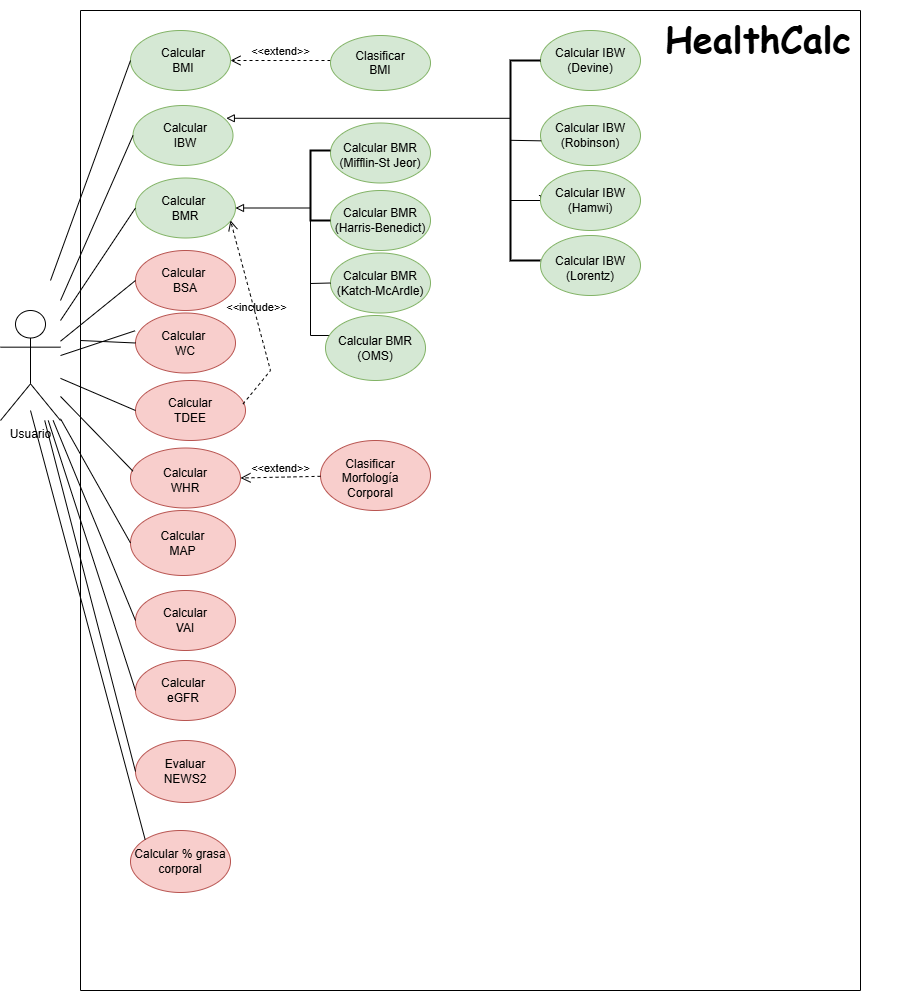
The draw.io diagram doc/diagrama_caso_uso.png in ISAgrupo02/healthcalcGrupo02, before a commit. Source tidied: cells renumbered, new cells last; positions are measured from the earlier drawing's top-left corner, leaving out a move shared by most shapes.
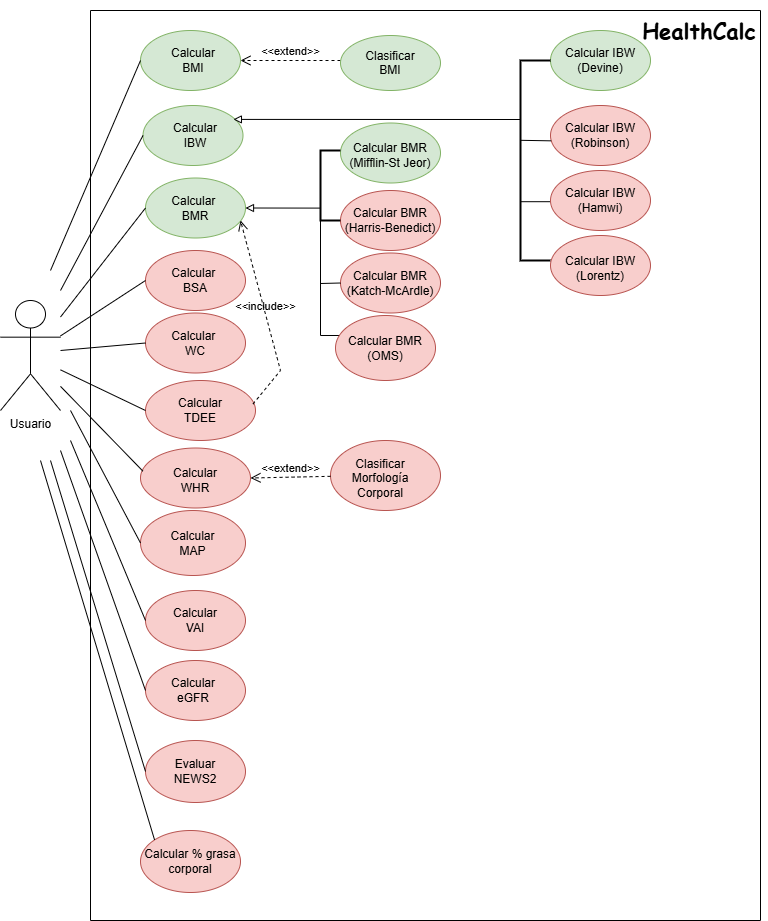
After the change.

Commit message:
docs[readme,diagrama]: actualizar README y diagrama de casos de uso Se actualiza la documentación de la práctica 2 incorporando los cambios en el diagrama de casos de uso y en el README.

The edit, as a diff of the source:
```diff
@@ -3,10 +3,10 @@
     <mxCell id="0" />
     <mxCell id="1" parent="0" />
     <mxCell id="2" value="Usuario" style="shape=umlActor;verticalLabelPosition=bottom;verticalAlign=top;html=1;outlineConnect=0;" parent="1" vertex="1">
-      <mxGeometry y="310" width="60" height="110" as="geometry" />
+      <mxGeometry x="-10" y="300" width="60" height="110" as="geometry" />
     </mxCell>
     <mxCell id="3" style="swimlane;startSize=0;" parent="1" vertex="1">
-      <mxGeometry x="80" y="10" width="780" height="980" as="geometry" />
+      <mxGeometry x="80" y="10" width="670" height="910" as="geometry" />
     </mxCell>
     <mxCell id="4" style="ellipse;whiteSpace=wrap;html=1;fillColor=#d5e8d4;strokeColor=#82b366;" parent="3" vertex="1">
       <mxGeometry x="50" y="20" width="100" height="60" as="geometry" />
@@ -110,16 +110,16 @@
         </Array>
       </mxGeometry>
     </mxCell>
-    <mxCell id="34" value="&lt;font style=&quot;font-size: 36px;&quot; face=&quot;Comic Sans MS&quot;&gt;HealthCalc&lt;/font&gt;" style="text;html=1;whiteSpace=wrap;strokeColor=none;fillColor=none;align=center;verticalAlign=middle;rounded=0;fontStyle=1;" parent="3" vertex="1">
-      <mxGeometry x="532.5" y="-10" width="290" height="75" as="geometry" />
+    <mxCell id="34" value="&lt;font style=&quot;font-size: 22px;&quot; face=&quot;Comic Sans MS&quot;&gt;HealthCalc&lt;/font&gt;" style="text;html=1;whiteSpace=wrap;strokeColor=none;fillColor=none;align=center;verticalAlign=middle;rounded=0;fontStyle=1;" parent="3" vertex="1">
+      <mxGeometry x="540" y="-10" width="137.5" height="60" as="geometry" />
     </mxCell>
-    <mxCell id="35" style="ellipse;whiteSpace=wrap;html=1;fillColor=#d5e8d4;strokeColor=#82b366;" parent="3" vertex="1">
+    <mxCell id="35" style="ellipse;whiteSpace=wrap;html=1;fillColor=#f8cecc;strokeColor=#b85450;" parent="3" vertex="1">
       <mxGeometry x="250" y="180" width="100" height="60" as="geometry" />
     </mxCell>
-    <mxCell id="36" style="ellipse;whiteSpace=wrap;html=1;fillColor=#d5e8d4;strokeColor=#82b366;" parent="3" vertex="1">
+    <mxCell id="36" style="ellipse;whiteSpace=wrap;html=1;fillColor=#f8cecc;strokeColor=#b85450;" parent="3" vertex="1">
       <mxGeometry x="245" y="305" width="100" height="65" as="geometry" />
     </mxCell>
-    <mxCell id="37" style="ellipse;whiteSpace=wrap;html=1;fillColor=#d5e8d4;strokeColor=#82b366;" parent="3" vertex="1">
+    <mxCell id="37" style="ellipse;whiteSpace=wrap;html=1;fillColor=#f8cecc;strokeColor=#b85450;" parent="3" vertex="1">
       <mxGeometry x="250" y="242.5" width="100" height="60" as="geometry" />
     </mxCell>
     <mxCell id="38" style="ellipse;whiteSpace=wrap;html=1;fillColor=#d5e8d4;strokeColor=#82b366;" parent="3" vertex="1">
@@ -146,17 +146,16 @@
     <mxCell id="44" style="strokeWidth=2;html=1;shape=mxgraph.flowchart.annotation_1;align=left;" parent="3" vertex="1">
       <mxGeometry x="230" y="140" width="20" height="70" as="geometry" />
     </mxCell>
-    <mxCell id="45" style="endArrow=block;html=1;rounded=0;endFill=0;edgeStyle=orthogonalEdgeStyle;entryX=0.933;entryY=0.213;entryDx=0;entryDy=0;entryPerimeter=0;exitX=0.948;exitY=0.675;exitDx=0;exitDy=0;exitPerimeter=0;" parent="3" edge="1" source="51" target="6">
+    <mxCell id="45" style="endArrow=block;html=1;rounded=0;endFill=0;edgeStyle=orthogonalEdgeStyle;entryX=0.933;entryY=0.213;entryDx=0;entryDy=0;entryPerimeter=0;exitX=1.06;exitY=0.706;exitDx=0;exitDy=0;exitPerimeter=0;" parent="3" edge="1" source="51">
       <mxGeometry relative="1" as="geometry">
+        <mxPoint x="142.9" y="108.9" as="targetPoint" />
         <Array as="points">
-          <mxPoint x="460" y="185" />
-          <mxPoint x="460" y="190" />
-          <mxPoint x="430" y="190" />
-          <mxPoint x="430" y="108" />
+          <mxPoint x="430" y="191" />
+          <mxPoint x="430" y="109" />
         </Array>
       </mxGeometry>
     </mxCell>
-    <mxCell id="46" style="ellipse;whiteSpace=wrap;html=1;fillColor=#d5e8d4;strokeColor=#82b366;" parent="3" vertex="1">
+    <mxCell id="46" style="ellipse;whiteSpace=wrap;html=1;fillColor=#f8cecc;strokeColor=#b85450;" parent="3" vertex="1">
       <mxGeometry x="460" y="160" width="100" height="60" as="geometry" />
     </mxCell>
     <mxCell id="47" style="ellipse;whiteSpace=wrap;html=1;fillColor=#d5e8d4;strokeColor=#82b366;" parent="3" vertex="1">
@@ -176,10 +175,10 @@
     <mxCell id="51" style="strokeWidth=2;html=1;shape=mxgraph.flowchart.annotation_1;align=left;" parent="3" vertex="1">
       <mxGeometry x="430" y="50" width="30" height="200" as="geometry" />
     </mxCell>
-    <mxCell id="52" style="ellipse;whiteSpace=wrap;html=1;fillColor=#d5e8d4;strokeColor=#82b366;" parent="3" vertex="1">
+    <mxCell id="52" style="ellipse;whiteSpace=wrap;html=1;fillColor=#f8cecc;strokeColor=#b85450;" parent="3" vertex="1">
       <mxGeometry x="460" y="95" width="100" height="60" as="geometry" />
     </mxCell>
-    <mxCell id="53" style="ellipse;whiteSpace=wrap;html=1;fillColor=#d5e8d4;strokeColor=#82b366;" parent="3" vertex="1">
+    <mxCell id="53" style="ellipse;whiteSpace=wrap;html=1;fillColor=#f8cecc;strokeColor=#b85450;" parent="3" vertex="1">
       <mxGeometry x="460" y="225" width="100" height="60" as="geometry" />
     </mxCell>
     <mxCell id="54" style="endArrow=none;html=1;rounded=0;exitX=0.007;exitY=0.589;exitDx=0;exitDy=0;exitPerimeter=0;entryX=0;entryY=0.399;entryDx=0;entryDy=0;entryPerimeter=0;" parent="3" edge="1" source="52" target="51">
@@ -199,7 +198,7 @@
     </mxCell>
     <mxCell id="59" style="endArrow=none;html=1;rounded=0;entryX=0;entryY=0.5;entryDx=0;entryDy=0;" parent="1" edge="1" target="4">
       <mxGeometry relative="1" as="geometry">
-        <mxPoint x="50" y="280" as="sourcePoint" />
+        <mxPoint x="40" y="270" as="sourcePoint" />
       </mxGeometry>
     </mxCell>
     <mxCell id="60" style="endArrow=none;html=1;rounded=0;entryX=0;entryY=0.5;entryDx=0;entryDy=0;" parent="1" edge="1" source="2" target="7">
@@ -210,38 +209,43 @@
     </mxCell>
     <mxCell id="62" style="endArrow=none;html=1;rounded=0;entryX=0;entryY=0.5;entryDx=0;entryDy=0;" parent="1" edge="1" target="13">
       <mxGeometry relative="1" as="geometry">
-        <mxPoint x="80" y="340" as="sourcePoint" />
+        <mxPoint x="50" y="350" as="sourcePoint" />
       </mxGeometry>
     </mxCell>
-    <mxCell id="63" style="endArrow=none;html=1;rounded=0;entryX=-0.004;entryY=0.296;entryDx=0;entryDy=0;entryPerimeter=0;" parent="1" edge="1" source="2" target="13">
-      <mxGeometry relative="1" as="geometry" />
-    </mxCell>
     <mxCell id="64" style="endArrow=none;html=1;rounded=0;entryX=0.022;entryY=0.386;entryDx=0;entryDy=0;entryPerimeter=0;" parent="1" edge="1" source="2" target="10">
       <mxGeometry relative="1" as="geometry" />
     </mxCell>
     <mxCell id="65" style="endArrow=none;html=1;rounded=0;entryX=0;entryY=0.5;entryDx=0;entryDy=0;" parent="1" edge="1" source="2" target="16">
       <mxGeometry relative="1" as="geometry" />
     </mxCell>
-    <mxCell id="66" style="endArrow=none;html=1;rounded=0;entryX=0;entryY=0.5;entryDx=0;entryDy=0;" parent="1" edge="1" source="2" target="18">
-      <mxGeometry relative="1" as="geometry" />
+    <mxCell id="66" style="endArrow=none;html=1;rounded=0;entryX=0;entryY=0.5;entryDx=0;entryDy=0;" parent="1" edge="1" target="18">
+      <mxGeometry relative="1" as="geometry">
+        <mxPoint x="60" y="410" as="sourcePoint" />
+      </mxGeometry>
     </mxCell>
-    <mxCell id="67" style="endArrow=none;html=1;rounded=0;exitX=0;exitY=0.5;exitDx=0;exitDy=0;" parent="1" edge="1" source="20" target="2">
-      <mxGeometry relative="1" as="geometry" />
+    <mxCell id="67" style="endArrow=none;html=1;rounded=0;exitX=0;exitY=0.5;exitDx=0;exitDy=0;" parent="1" edge="1" source="20">
+      <mxGeometry relative="1" as="geometry">
+        <mxPoint x="60" y="440" as="targetPoint" />
+      </mxGeometry>
     </mxCell>
-    <mxCell id="68" style="endArrow=none;html=1;rounded=0;exitX=0;exitY=0.5;exitDx=0;exitDy=0;" parent="1" edge="1" source="21" target="2">
-      <mxGeometry relative="1" as="geometry" />
+    <mxCell id="68" style="endArrow=none;html=1;rounded=0;exitX=0;exitY=0.5;exitDx=0;exitDy=0;" parent="1" edge="1" source="21">
+      <mxGeometry relative="1" as="geometry">
+        <mxPoint x="50" y="450" as="targetPoint" />
+      </mxGeometry>
     </mxCell>
-    <mxCell id="69" style="endArrow=none;html=1;rounded=0;exitX=0;exitY=0.5;exitDx=0;exitDy=0;" parent="1" edge="1" source="23" target="2">
-      <mxGeometry relative="1" as="geometry" />
+    <mxCell id="69" style="endArrow=none;html=1;rounded=0;exitX=0;exitY=0.5;exitDx=0;exitDy=0;" parent="1" edge="1" source="23">
+      <mxGeometry relative="1" as="geometry">
+        <mxPoint x="40" y="460" as="targetPoint" />
+      </mxGeometry>
     </mxCell>
     <mxCell id="70" style="endArrow=none;html=1;rounded=0;entryX=0;entryY=0.5;entryDx=0;entryDy=0;" parent="1" edge="1" target="6">
       <mxGeometry relative="1" as="geometry">
-        <mxPoint x="60" y="300" as="sourcePoint" />
+        <mxPoint x="50" y="290" as="sourcePoint" />
       </mxGeometry>
     </mxCell>
     <mxCell id="71" style="endArrow=none;html=1;rounded=0;exitX=0;exitY=0;exitDx=0;exitDy=0;" parent="1" edge="1" source="58">
       <mxGeometry relative="1" as="geometry">
-        <mxPoint x="30" y="410" as="targetPoint" />
+        <mxPoint x="30" y="460" as="targetPoint" />
       </mxGeometry>
     </mxCell>
   </root>
```
